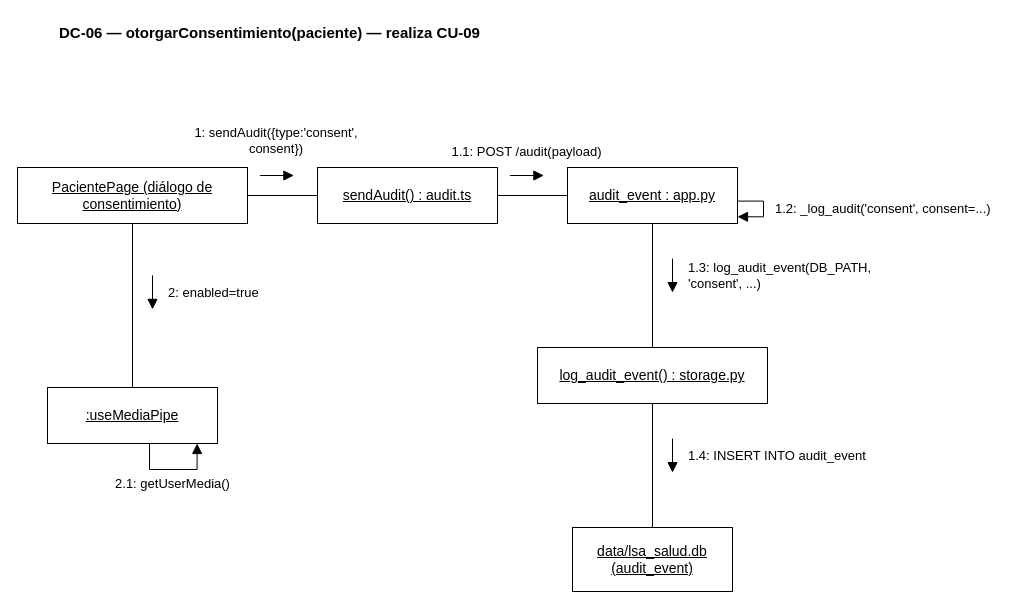
Above: docs/TP7/diagramas/colaboracion/08_colaboracion_dc06.drawio in santinohamada/Nexora (draw.io), before the change. Source tidied: cells renumbered, new cells numbered last; positions are measured from the earlier drawing's top-left corner, leaving out a move shared by most shapes. Both pictures are drawn from the tidied source at 100%, with x=0, y=0 at pixel (17, 17).
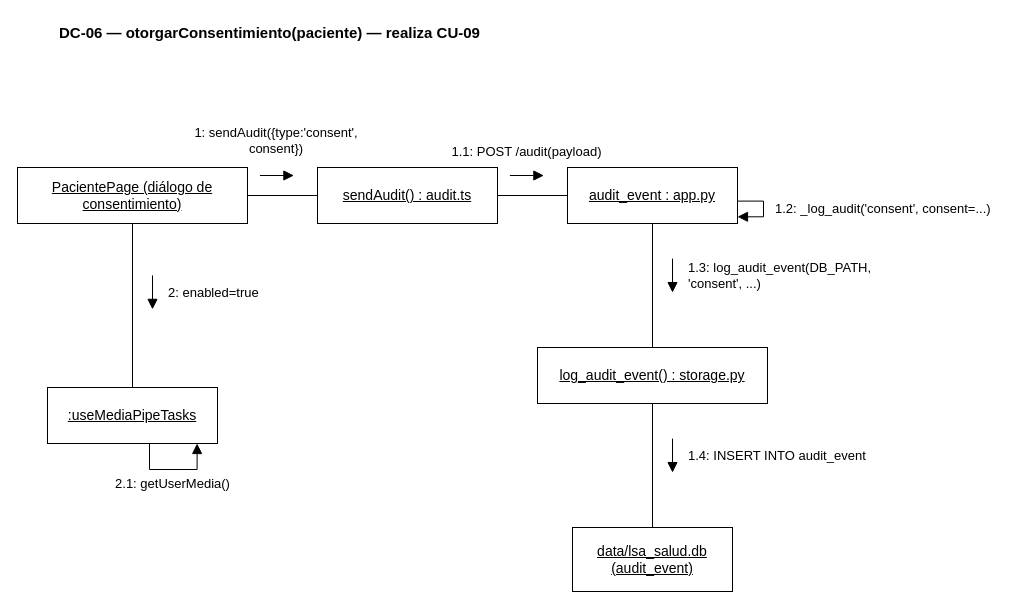
The same page after the edit.

The edit, as a diff of the source:
```diff
@@
-    <mxCell id="6" value="&lt;u&gt;:useMediaPipe&lt;/u&gt;" style="rounded=0;whiteSpace=wrap;html=1;fillColor=#ffffff;strokeColor=#000000;fontFamily=Helvetica;fontSize=14;align=center;verticalAlign=middle;" parent="1" vertex="1">
+    <mxCell id="6" value="&lt;u&gt;:useMediaPipeTasks&lt;/u&gt;" style="rounded=0;whiteSpace=wrap;html=1;fillColor=#ffffff;strokeColor=#000000;fontFamily=Helvetica;fontSize=14;align=center;verticalAlign=middle;" parent="1" vertex="1">
       <mxGeometry x="30" y="370" width="170" height="56" as="geometry" />
     </mxCell>
```
